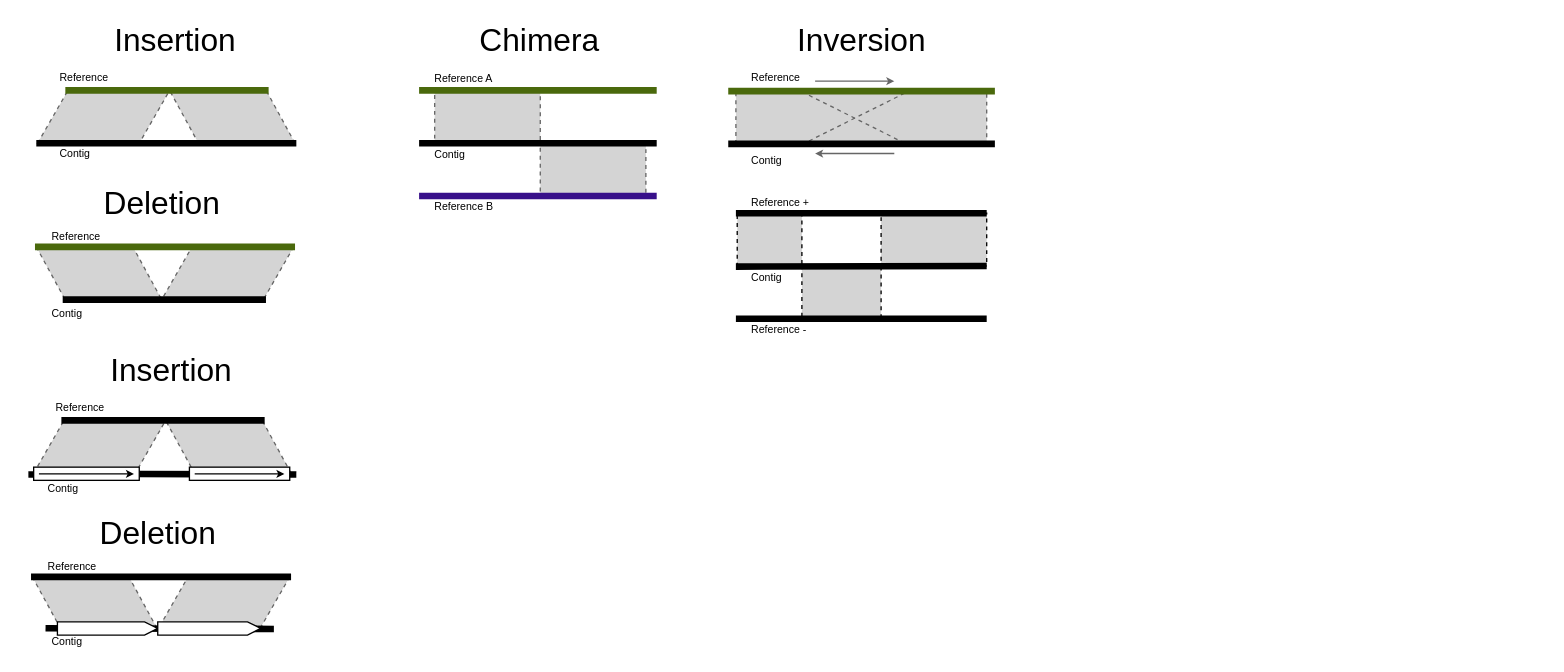
Earlier version of the draw.io diagram docs/resources/misassembly.drawio (B-UMMI/LMAS). Source tidied: cells renumbered, new cells numbered last; positions are measured from the earlier drawing's top-left corner, leaving out a move shared by most shapes. Both pictures are drawn from the tidied source at 132%, with x=0, y=0 at pixel (22, 28).
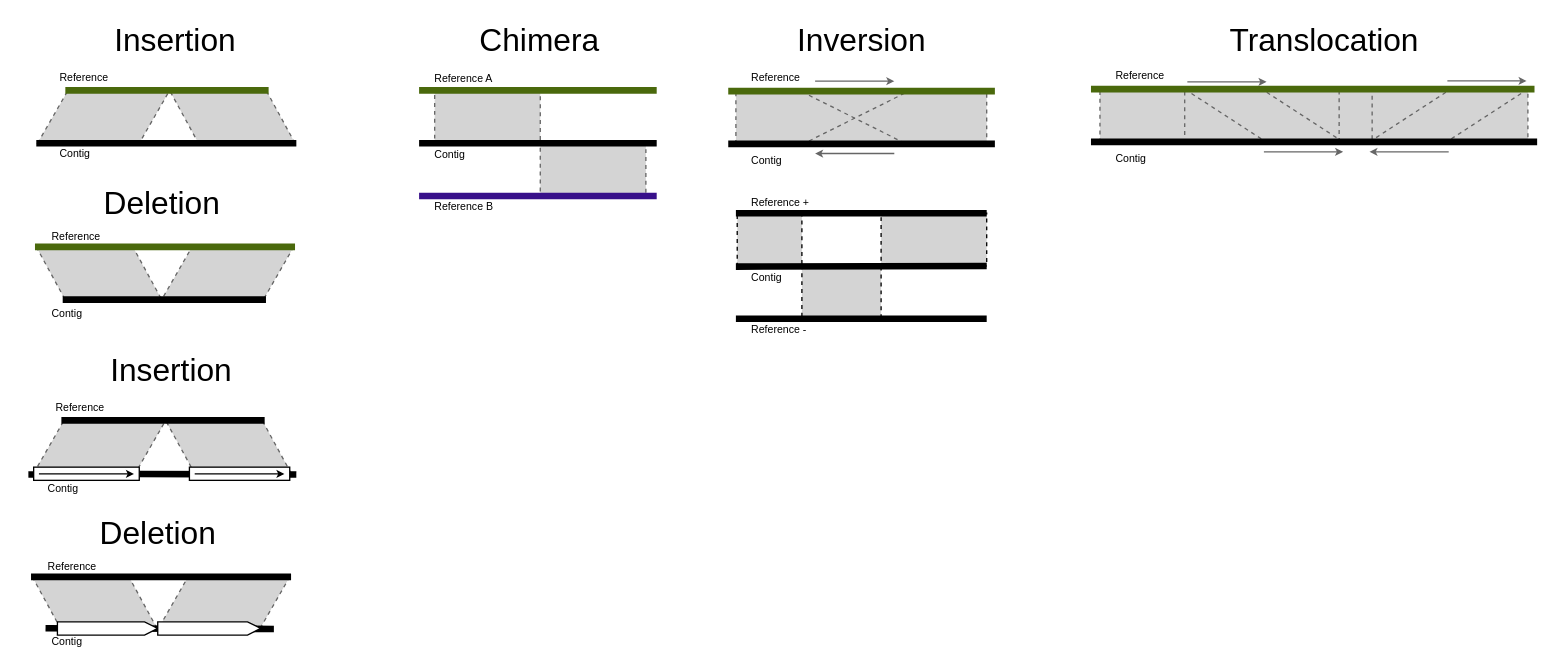
The same page after the edit.

Diff of the diagram source:
```diff
@@
+    <mxCell id="68" style="rounded=0;whiteSpace=wrap;html=1;dashed=1;fontSize=8;strokeWidth=1;fillColor=#D4D4D4;align=left;strokeColor=#666666;" parent="1" vertex="1">
+      <mxGeometry x="831.5" y="46" width="308.5" height="40" as="geometry" />
+    </mxCell>
+    <mxCell id="69" style="rounded=0;whiteSpace=wrap;html=1;dashed=1;fontSize=8;strokeWidth=1;fillColor=#D4D4D4;align=left;strokeColor=#666666;" parent="1" vertex="1">
+      <mxGeometry x="997" y="46" width="25" height="40" as="geometry" />
+    </mxCell>
+    <mxCell id="70" style="shape=parallelogram;html=1;strokeWidth=1;perimeter=parallelogramPerimeter;whiteSpace=wrap;rounded=0;arcSize=12;size=0.5131578947368421;direction=west;flipV=1;fontColor=#333333;dashed=1;fillColor=#D4D4D4;strokeColor=#666666;flipH=1;" parent="1" vertex="1">
+      <mxGeometry x="1020" y="46" width="120" height="40" as="geometry" />
+    </mxCell>
+    <mxCell id="71" style="rounded=0;whiteSpace=wrap;html=1;dashed=1;fontSize=8;strokeWidth=1;fillColor=#D4D4D4;align=left;strokeColor=#666666;" parent="1" vertex="1">
+      <mxGeometry x="815.8" y="46" width="64.2" height="40" as="geometry" />
+    </mxCell>
+    <mxCell id="72" style="shape=parallelogram;html=1;strokeWidth=1;perimeter=parallelogramPerimeter;whiteSpace=wrap;rounded=0;arcSize=12;size=0.5131578947368421;direction=west;flipV=1;fontColor=#333333;dashed=1;fillColor=#D4D4D4;strokeColor=#666666;" parent="1" vertex="1">
+      <mxGeometry x="880" y="46" width="120" height="40" as="geometry" />
+    </mxCell>
@@
+    <mxCell id="73" value="&lt;font style=&quot;font-size: 24px&quot;&gt;Translocation&lt;/font&gt;" style="text;html=1;strokeColor=none;fillColor=none;align=center;verticalAlign=middle;whiteSpace=wrap;rounded=0;" parent="1" vertex="1">
+      <mxGeometry x="905.8" width="160" height="20" as="geometry" />
+    </mxCell>
+    <mxCell id="74" value="Reference" style="text;html=1;strokeColor=none;fillColor=none;align=left;verticalAlign=middle;whiteSpace=wrap;rounded=0;dashed=1;fontSize=8;" parent="1" vertex="1">
+      <mxGeometry x="825.8" y="30.5" width="40" height="10" as="geometry" />
+    </mxCell>
+    <mxCell id="75" style="endArrow=none;html=1;strokeWidth=5;endFill=0;startArrow=none;startFill=0;" parent="1" edge="1">
+      <mxGeometry relative="1" as="geometry">
+        <mxPoint x="865.8" y="86.3" as="sourcePoint" />
+        <mxPoint x="865.8" y="86.3" as="targetPoint" />
+      </mxGeometry>
+    </mxCell>
+    <mxCell id="76" value="Contig" style="text;html=1;strokeColor=none;fillColor=none;align=left;verticalAlign=middle;whiteSpace=wrap;rounded=0;dashed=1;fontSize=8;" parent="1" vertex="1">
+      <mxGeometry x="825.8" y="93.5" width="33.8" height="10" as="geometry" />
+    </mxCell>
+    <mxCell id="77" style="endArrow=none;html=1;strokeWidth=5;endFill=0;startArrow=none;startFill=0;" parent="1" edge="1">
+      <mxGeometry relative="1" as="geometry">
+        <mxPoint x="809" y="86" as="sourcePoint" />
+        <mxPoint x="1147" y="86" as="targetPoint" />
+      </mxGeometry>
+    </mxCell>
+    <mxCell id="78" style="endArrow=none;html=1;strokeWidth=5;endFill=0;startArrow=none;startFill=0;strokeColor=#4A690C;" parent="1" edge="1">
+      <mxGeometry relative="1" as="geometry">
+        <mxPoint x="809" y="46" as="sourcePoint" />
+        <mxPoint x="1145" y="46" as="targetPoint" />
+      </mxGeometry>
+    </mxCell>
+    <mxCell id="79" style="endArrow=classic;html=1;endSize=3;strokeColor=#666666;" parent="1" edge="1">
+      <mxGeometry relative="1" as="geometry">
+        <mxPoint x="882" y="40.5" as="sourcePoint" />
+        <mxPoint x="942" y="40.5" as="targetPoint" />
+      </mxGeometry>
+    </mxCell>
+    <mxCell id="80" style="endArrow=classic;html=1;endSize=3;strokeColor=#666666;" parent="1" edge="1">
+      <mxGeometry relative="1" as="geometry">
+        <mxPoint x="940" y="93.5" as="sourcePoint" />
+        <mxPoint x="1000" y="93.5" as="targetPoint" />
+      </mxGeometry>
+    </mxCell>
+    <mxCell id="81" style="endArrow=classic;html=1;endSize=3;strokeColor=#666666;" parent="1" edge="1">
+      <mxGeometry relative="1" as="geometry">
+        <mxPoint x="1080" y="93.5" as="sourcePoint" />
+        <mxPoint x="1020" y="93.5" as="targetPoint" />
+      </mxGeometry>
+    </mxCell>
+    <mxCell id="82" style="endArrow=classic;html=1;endSize=3;strokeColor=#666666;" parent="1" edge="1">
+      <mxGeometry relative="1" as="geometry">
+        <mxPoint x="1079" y="39.8" as="sourcePoint" />
+        <mxPoint x="1139" y="39.8" as="targetPoint" />
+      </mxGeometry>
+    </mxCell>
```
